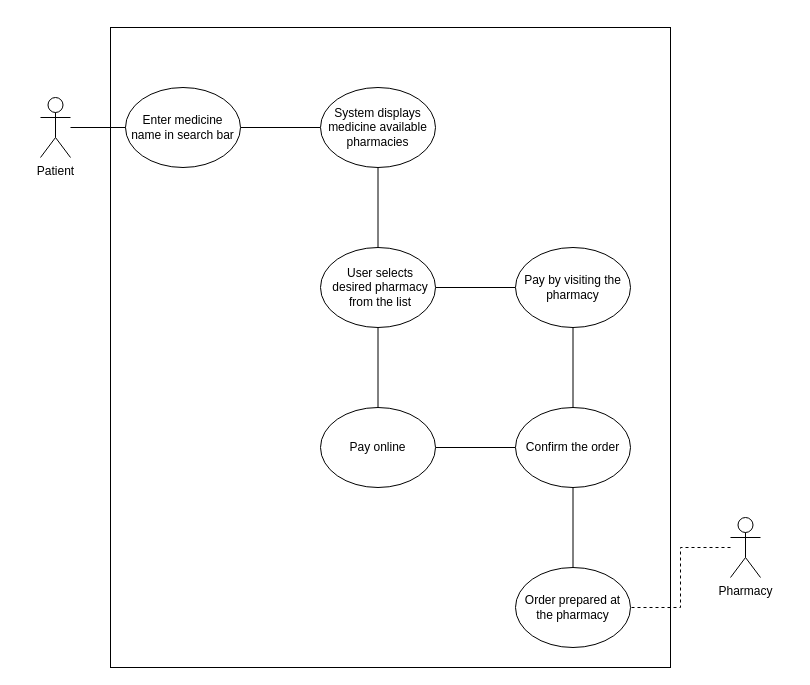
Earlier version of the draw.io diagram Medicine Search and ordering.drawio (Life-Pill/Life-Pill). Source tidied: cells renumbered, new cells numbered last; positions are measured from the earlier drawing's top-left corner, leaving out a move shared by most shapes. Both pictures are drawn from the tidied source at 100%, with x=0, y=0 at pixel (40, 27).
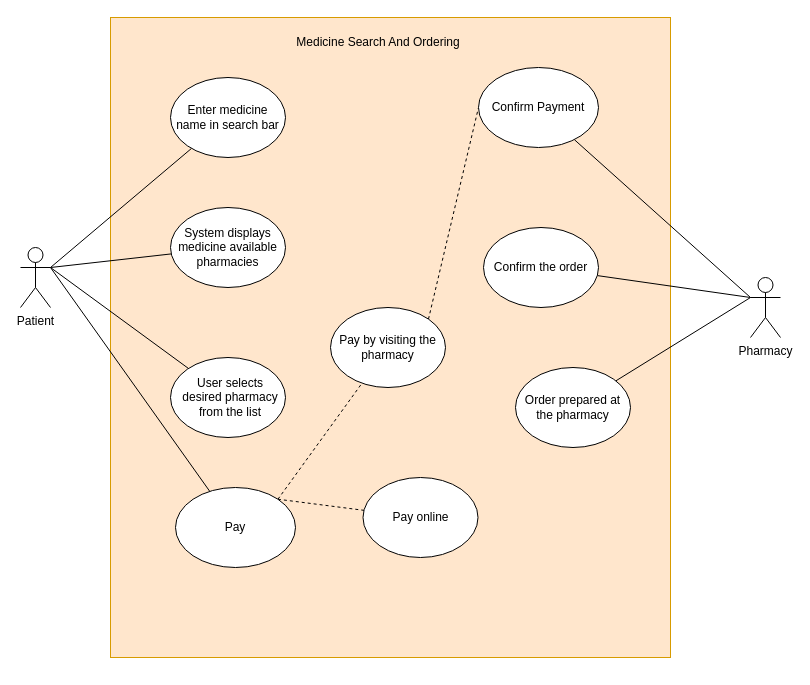
The same diagram, later.

Diff of the diagram source:
```diff
@@
-    <mxCell id="2" style="rounded=0;whiteSpace=wrap;html=1;" parent="1" vertex="1">
-      <mxGeometry x="70" width="560" height="640" as="geometry" />
+    <mxCell id="2" style="rounded=0;whiteSpace=wrap;html=1;fillColor=#ffe6cc;strokeColor=#d79b00;" parent="1" vertex="1">
+      <mxGeometry x="70" y="-10" width="560" height="640" as="geometry" />
     </mxCell>
+    <mxCell id="20" style="edgeStyle=none;rounded=0;jettySize=auto;html=1;exitX=1;exitY=0.3333333333333333;exitDx=0;exitDy=0;exitPerimeter=0;endArrow=none;endFill=0;" parent="1" edge="1" source="3" target="7">
+      <mxGeometry relative="1" as="geometry" />
+    </mxCell>
+    <mxCell id="21" style="edgeStyle=none;rounded=0;jettySize=auto;html=1;exitX=1;exitY=0.3333333333333333;exitDx=0;exitDy=0;exitPerimeter=0;endArrow=none;endFill=0;" parent="1" edge="1" source="3" target="9">
+      <mxGeometry relative="1" as="geometry" />
+    </mxCell>
+    <mxCell id="22" style="edgeStyle=none;rounded=0;jettySize=auto;html=1;exitX=1;exitY=0.3333333333333333;exitDx=0;exitDy=0;exitPerimeter=0;endArrow=none;endFill=0;" parent="1" edge="1" source="3" target="12">
+      <mxGeometry relative="1" as="geometry" />
+    </mxCell>
+    <mxCell id="23" style="edgeStyle=none;rounded=0;jettySize=auto;html=1;exitX=1;exitY=0.3333333333333333;exitDx=0;exitDy=0;exitPerimeter=0;endArrow=none;endFill=0;" parent="1" edge="1" source="3" target="30">
+      <mxGeometry relative="1" as="geometry" />
+    </mxCell>
     <mxCell id="3" value="Patient&lt;div&gt;&lt;br&gt;&lt;/div&gt;" style="shape=umlActor;verticalLabelPosition=bottom;verticalAlign=top;html=1;outlineConnect=0;" parent="1" vertex="1">
-      <mxGeometry y="70" width="30" height="60" as="geometry" />
+      <mxGeometry x="-20" y="220" width="30" height="60" as="geometry" />
     </mxCell>
+    <mxCell id="24" style="edgeStyle=none;rounded=0;jettySize=auto;html=1;exitX=0;exitY=0.3333333333333333;exitDx=0;exitDy=0;exitPerimeter=0;endArrow=none;endFill=0;" parent="1" edge="1" source="5" target="18">
+      <mxGeometry relative="1" as="geometry" />
+    </mxCell>
-    <mxCell id="4" style="edgeStyle=orthogonalEdgeStyle;rounded=0;jettySize=auto;html=1;endArrow=none;endFill=0;dashed=1;entryX=1;entryY=0.5;entryDx=0;entryDy=0;" parent="1" edge="1" source="5" target="19">
+    <mxCell id="4" style="edgeStyle=none;rounded=0;jettySize=auto;html=1;exitX=0;exitY=0.3333333333333333;exitDx=0;exitDy=0;exitPerimeter=0;endArrow=none;endFill=0;" parent="1" edge="1" source="5" target="19">
       <mxGeometry relative="1" as="geometry" />
     </mxCell>
+    <mxCell id="25" style="edgeStyle=none;rounded=0;jettySize=auto;html=1;exitX=0;exitY=0.3333333333333333;exitDx=0;exitDy=0;exitPerimeter=0;endArrow=none;endFill=0;" parent="1" edge="1" source="5" target="31">
+      <mxGeometry relative="1" as="geometry" />
+    </mxCell>
     <mxCell id="5" value="Pharmacy&lt;div&gt;&lt;br&gt;&lt;/div&gt;" style="shape=umlActor;verticalLabelPosition=bottom;verticalAlign=top;html=1;outlineConnect=0;" parent="1" vertex="1">
-      <mxGeometry x="690" y="490" width="30" height="60" as="geometry" />
+      <mxGeometry x="710" y="250" width="30" height="60" as="geometry" />
     </mxCell>
-    <mxCell id="6" style="edgeStyle=orthogonalEdgeStyle;rounded=0;jettySize=auto;html=1;endArrow=none;endFill=0;" parent="1" edge="1" source="7" target="9">
-      <mxGeometry relative="1" as="geometry" />
-    </mxCell>
     <mxCell id="7" value="&lt;div style=&quot;&quot;&gt;&lt;span style=&quot;background-color: initial;&quot;&gt;Enter medicine name in search bar&lt;/span&gt;&lt;/div&gt;" style="ellipse;whiteSpace=wrap;html=1;verticalAlign=middle;align=center;" parent="1" vertex="1">
-      <mxGeometry x="85" y="60" width="115" height="80" as="geometry" />
+      <mxGeometry x="130" y="50" width="115" height="80" as="geometry" />
     </mxCell>
-    <mxCell id="8" style="edgeStyle=orthogonalEdgeStyle;rounded=0;jettySize=auto;html=1;endArrow=none;endFill=0;" parent="1" edge="1" source="9" target="12">
-      <mxGeometry relative="1" as="geometry" />
-    </mxCell>
     <mxCell id="9" value="System displays medicine available pharmacies" style="ellipse;whiteSpace=wrap;html=1;verticalAlign=middle;" parent="1" vertex="1">
-      <mxGeometry x="280" y="60" width="115" height="80" as="geometry" />
+      <mxGeometry x="130" y="180" width="115" height="80" as="geometry" />
     </mxCell>
-    <mxCell id="10" style="edgeStyle=orthogonalEdgeStyle;rounded=0;jettySize=auto;html=1;endArrow=none;endFill=0;" parent="1" edge="1" source="12" target="14">
-      <mxGeometry relative="1" as="geometry" />
-    </mxCell>
-    <mxCell id="11" style="edgeStyle=orthogonalEdgeStyle;rounded=0;jettySize=auto;html=1;endArrow=none;endFill=0;" parent="1" edge="1" source="12" target="16">
-      <mxGeometry relative="1" as="geometry" />
-    </mxCell>
     <mxCell id="12" value="User selects desired pharmacy from the list" style="ellipse;whiteSpace=wrap;html=1;verticalAlign=middle;spacingLeft=5;" parent="1" vertex="1">
-      <mxGeometry x="280" y="220" width="115" height="80" as="geometry" />
+      <mxGeometry x="130" y="330" width="115" height="80" as="geometry" />
     </mxCell>
-    <mxCell id="13" style="edgeStyle=orthogonalEdgeStyle;rounded=0;jettySize=auto;html=1;entryX=0;entryY=0.5;entryDx=0;entryDy=0;endArrow=none;endFill=0;" parent="1" edge="1" source="14" target="18">
-      <mxGeometry relative="1" as="geometry" />
-    </mxCell>
     <mxCell id="14" value="Pay online" style="ellipse;whiteSpace=wrap;html=1;verticalAlign=middle;" parent="1" vertex="1">
-      <mxGeometry x="280" y="380" width="115" height="80" as="geometry" />
+      <mxGeometry x="322.5" y="450" width="115" height="80" as="geometry" />
     </mxCell>
-    <mxCell id="15" style="edgeStyle=orthogonalEdgeStyle;rounded=0;jettySize=auto;html=1;endArrow=none;endFill=0;" parent="1" edge="1" source="16" target="18">
-      <mxGeometry relative="1" as="geometry" />
-    </mxCell>
+    <mxCell id="26" style="edgeStyle=none;rounded=0;jettySize=auto;html=1;exitX=1;exitY=0;exitDx=0;exitDy=0;entryX=0;entryY=0.5;entryDx=0;entryDy=0;endArrow=none;endFill=0;dashed=1;" parent="1" edge="1" source="16" target="31">
+      <mxGeometry relative="1" as="geometry" />
+    </mxCell>
     <mxCell id="16" value="Pay by visiting the pharmacy" style="ellipse;whiteSpace=wrap;html=1;verticalAlign=middle;" parent="1" vertex="1">
-      <mxGeometry x="475" y="220" width="115" height="80" as="geometry" />
+      <mxGeometry x="290" y="280" width="115" height="80" as="geometry" />
     </mxCell>
-    <mxCell id="17" style="edgeStyle=orthogonalEdgeStyle;rounded=0;jettySize=auto;html=1;endArrow=none;endFill=0;" parent="1" edge="1" source="18" target="19">
-      <mxGeometry relative="1" as="geometry" />
-    </mxCell>
     <mxCell id="18" value="Confirm the order" style="ellipse;whiteSpace=wrap;html=1;verticalAlign=middle;" parent="1" vertex="1">
-      <mxGeometry x="475" y="380" width="115" height="80" as="geometry" />
+      <mxGeometry x="443" y="200" width="115" height="80" as="geometry" />
     </mxCell>
     <mxCell id="19" value="Order prepared at the pharmacy" style="ellipse;whiteSpace=wrap;html=1;verticalAlign=middle;" parent="1" vertex="1">
-      <mxGeometry x="475" y="540" width="115" height="80" as="geometry" />
+      <mxGeometry x="475" y="340" width="115" height="80" as="geometry" />
     </mxCell>
-    <mxCell id="20" style="edgeStyle=orthogonalEdgeStyle;rounded=0;jettySize=auto;html=1;entryX=0;entryY=0.5;entryDx=0;entryDy=0;endArrow=none;endFill=0;" parent="1" edge="1" source="3" target="7">
-      <mxGeometry relative="1" as="geometry" />
-    </mxCell>
+    <mxCell id="27" value="Medicine Search And Ordering" style="text;html=1;align=center;verticalAlign=middle;whiteSpace=wrap;rounded=0;" parent="1" vertex="1">
+      <mxGeometry x="237.5" width="200" height="30" as="geometry" />
+    </mxCell>
+    <mxCell id="28" style="edgeStyle=none;rounded=0;jettySize=auto;html=1;exitX=1;exitY=0;exitDx=0;exitDy=0;endArrow=none;endFill=0;dashed=1;" parent="1" edge="1" source="30" target="16">
+      <mxGeometry relative="1" as="geometry" />
+    </mxCell>
+    <mxCell id="29" style="edgeStyle=none;rounded=0;jettySize=auto;html=1;exitX=1;exitY=0;exitDx=0;exitDy=0;endArrow=none;endFill=0;dashed=1;" parent="1" edge="1" source="30" target="14">
+      <mxGeometry relative="1" as="geometry" />
+    </mxCell>
+    <mxCell id="30" value="Pay" style="ellipse;whiteSpace=wrap;html=1;" parent="1" vertex="1">
+      <mxGeometry x="135" y="460" width="120" height="80" as="geometry" />
+    </mxCell>
+    <mxCell id="31" value="Confirm Payment" style="ellipse;whiteSpace=wrap;html=1;" parent="1" vertex="1">
+      <mxGeometry x="438" y="40" width="120" height="80" as="geometry" />
+    </mxCell>
```
